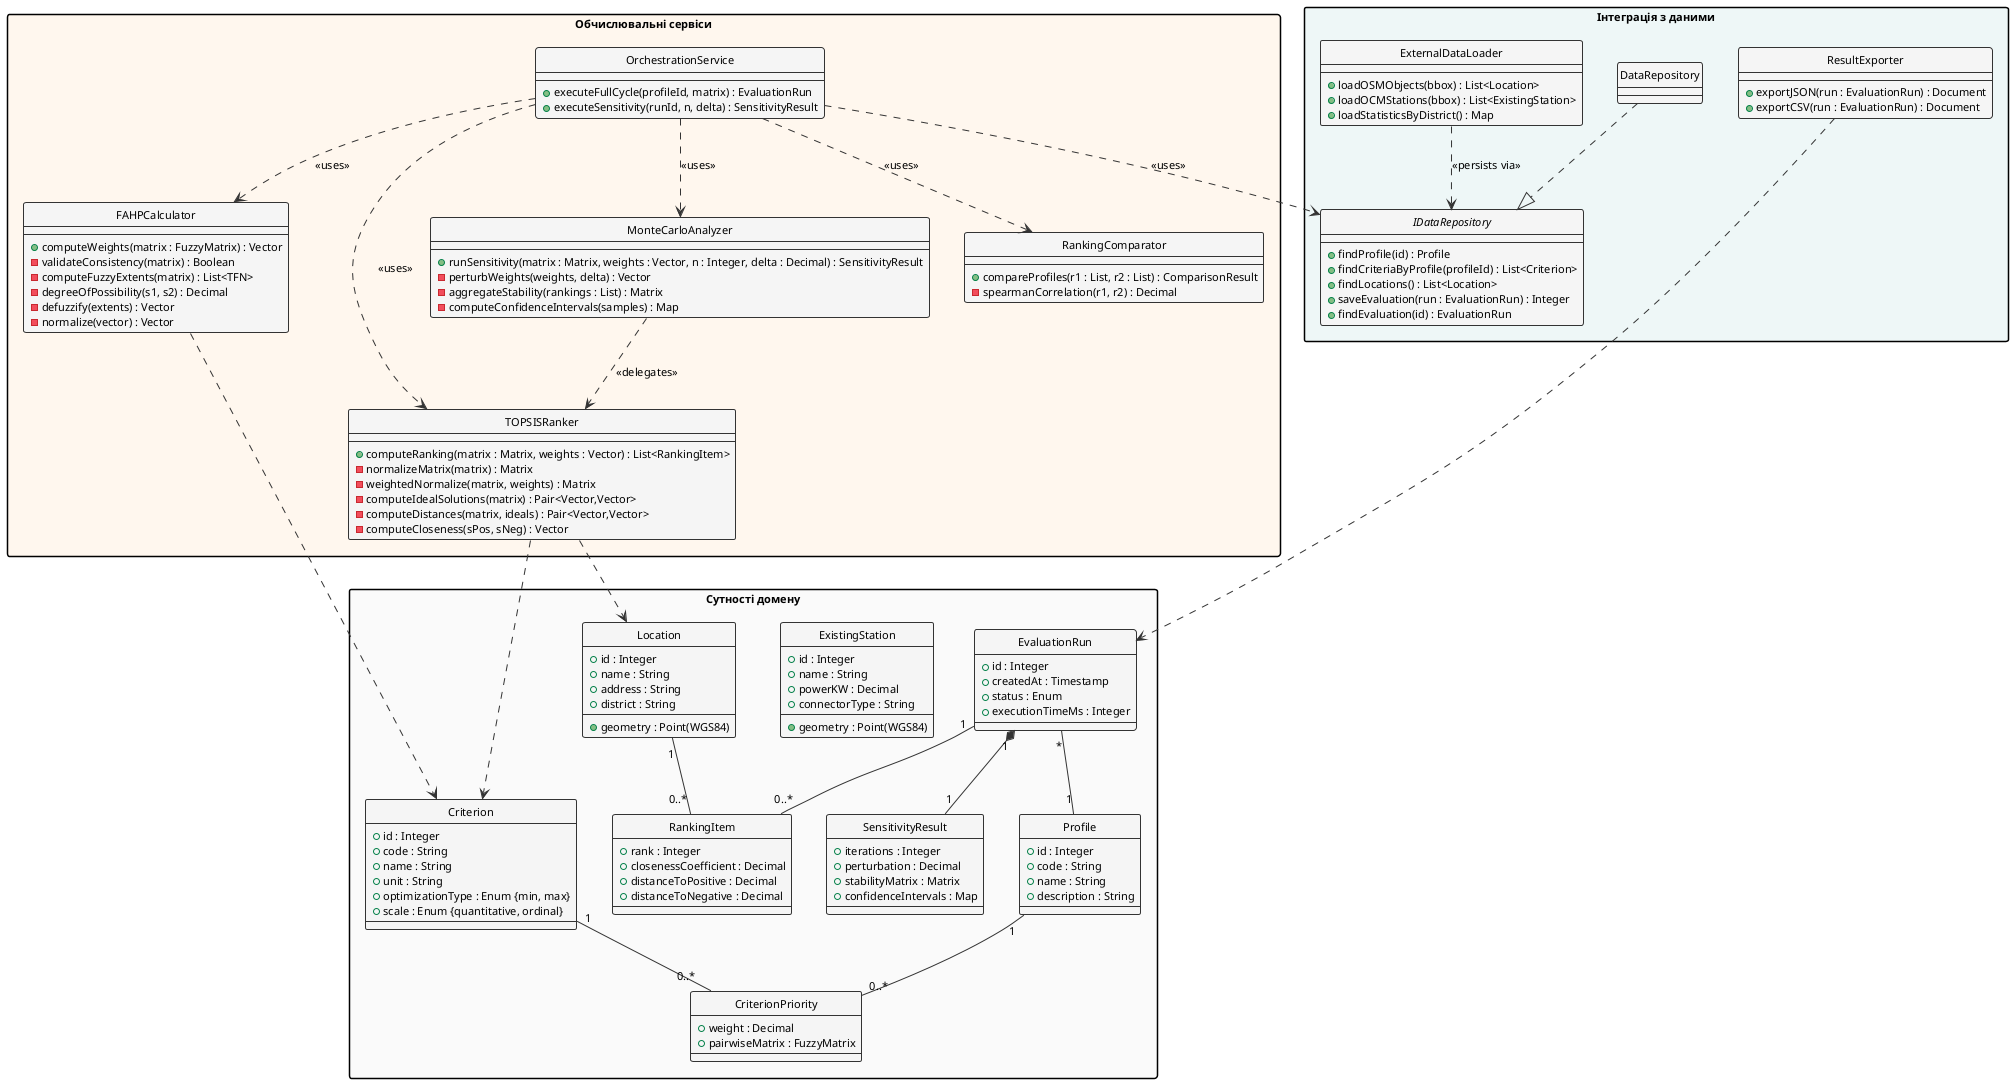
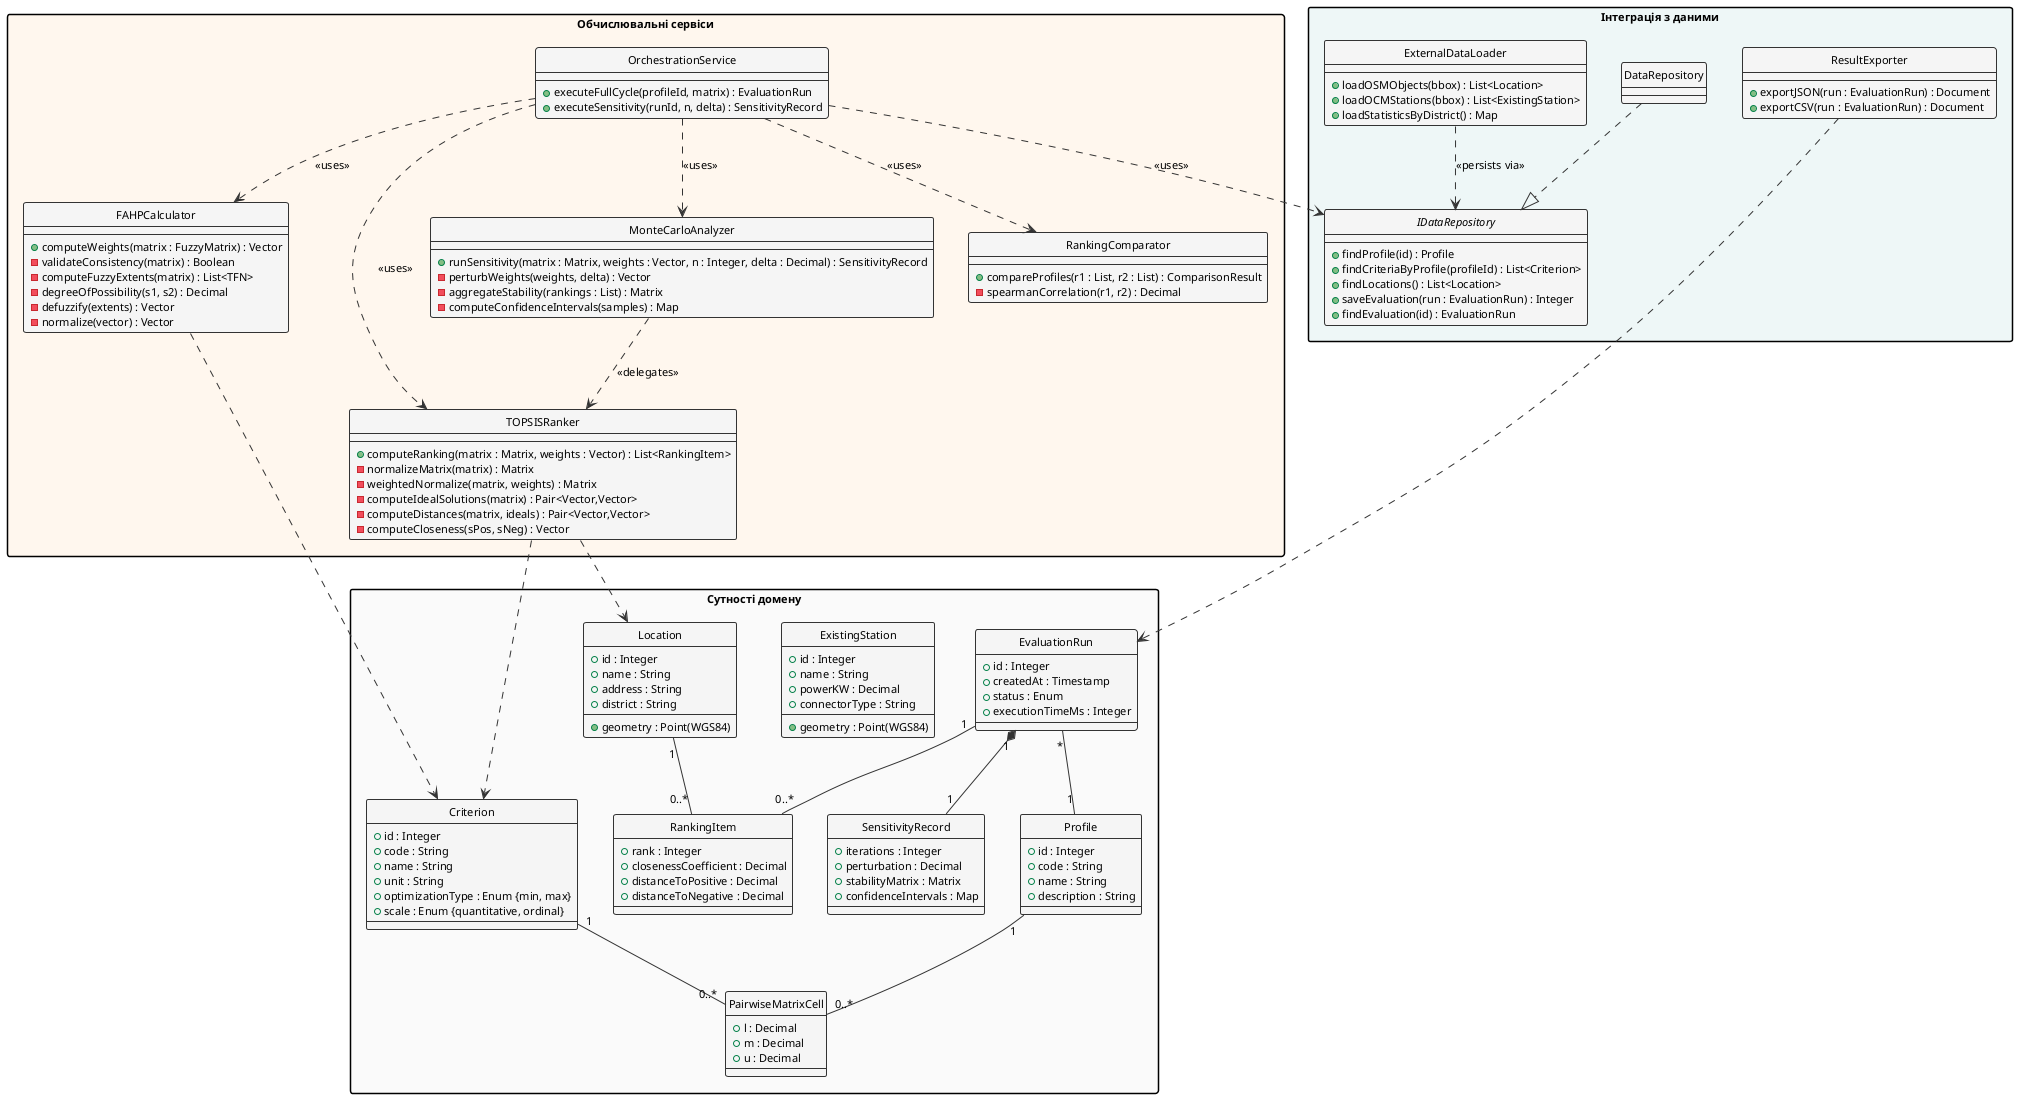
@startuml
' Рис. 2.3. Діаграма класів системи
skinparam shadowing false
skinparam defaultFontName "Times New Roman"
skinparam defaultFontSize 11
skinparam classFontSize 11
skinparam class {
    BackgroundColor #f5f5f5
    BorderColor #333333
    BorderThickness 1.0
    ArrowColor #333333
}
skinparam packageStyle rectangle
hide circle

package "Сутності домену" as DOM #fafafa {
    class Profile {
        + id : Integer
        + code : String
        + name : String
        + description : String
    }

    class Criterion {
        + id : Integer
        + code : String
        + name : String
        + unit : String
        + optimizationType : Enum {min, max}
        + scale : Enum {quantitative, ordinal}
    }

-     class CriterionPriority {
-         + weight : Decimal
-         + pairwiseMatrix : FuzzyMatrix
+     class PairwiseMatrixCell {
+         + l : Decimal
+         + m : Decimal
+         + u : Decimal
    }

    class Location {
        + id : Integer
        + name : String
        + address : String
        + district : String
        + geometry : Point(WGS84)
    }

    class ExistingStation {
        + id : Integer
        + name : String
        + powerKW : Decimal
        + connectorType : String
        + geometry : Point(WGS84)
    }

    class EvaluationRun {
        + id : Integer
        + createdAt : Timestamp
        + status : Enum
        + executionTimeMs : Integer
    }

    class RankingItem {
        + rank : Integer
        + closenessCoefficient : Decimal
        + distanceToPositive : Decimal
        + distanceToNegative : Decimal
    }

-     class SensitivityResult {
+     class SensitivityRecord {
        + iterations : Integer
        + perturbation : Decimal
        + stabilityMatrix : Matrix
        + confidenceIntervals : Map
    }
}

package "Обчислювальні сервіси" as SVC #fff7ee {
    class FAHPCalculator {
        + computeWeights(matrix : FuzzyMatrix) : Vector
        - validateConsistency(matrix) : Boolean
        - computeFuzzyExtents(matrix) : List<TFN>
        - degreeOfPossibility(s1, s2) : Decimal
        - defuzzify(extents) : Vector
        - normalize(vector) : Vector
    }

    class TOPSISRanker {
        + computeRanking(matrix : Matrix, weights : Vector) : List<RankingItem>
        - normalizeMatrix(matrix) : Matrix
        - weightedNormalize(matrix, weights) : Matrix
        - computeIdealSolutions(matrix) : Pair<Vector,Vector>
        - computeDistances(matrix, ideals) : Pair<Vector,Vector>
        - computeCloseness(sPos, sNeg) : Vector
    }

    class MonteCarloAnalyzer {
-         + runSensitivity(matrix : Matrix, weights : Vector, n : Integer, delta : Decimal) : SensitivityResult
+         + runSensitivity(matrix : Matrix, weights : Vector, n : Integer, delta : Decimal) : SensitivityRecord
        - perturbWeights(weights, delta) : Vector
        - aggregateStability(rankings : List) : Matrix
        - computeConfidenceIntervals(samples) : Map
    }

    class RankingComparator {
        + compareProfiles(r1 : List, r2 : List) : ComparisonResult
        - spearmanCorrelation(r1, r2) : Decimal
    }

    class OrchestrationService {
        + executeFullCycle(profileId, matrix) : EvaluationRun
-         + executeSensitivity(runId, n, delta) : SensitivityResult
+         + executeSensitivity(runId, n, delta) : SensitivityRecord
    }
}

package "Інтеграція з даними" as INT #eef7f7 {
    interface IDataRepository {
        + findProfile(id) : Profile
        + findCriteriaByProfile(profileId) : List<Criterion>
        + findLocations() : List<Location>
        + saveEvaluation(run : EvaluationRun) : Integer
        + findEvaluation(id) : EvaluationRun
    }

    class DataRepository {
    }

    class ExternalDataLoader {
        + loadOSMObjects(bbox) : List<Location>
        + loadOCMStations(bbox) : List<ExistingStation>
        + loadStatisticsByDistrict() : Map
    }

    class ResultExporter {
        + exportJSON(run : EvaluationRun) : Document
        + exportCSV(run : EvaluationRun) : Document
    }
}

- Profile "1" -- "0..*" CriterionPriority
- Criterion "1" -- "0..*" CriterionPriority
- EvaluationRun "1" *-- "1" SensitivityResult
+ Profile "1" -- "0..*" PairwiseMatrixCell
+ Criterion "1" -- "0..*" PairwiseMatrixCell
+ EvaluationRun "1" *-- "1" SensitivityRecord
EvaluationRun "1" -- "0..*" RankingItem
Location "1" -- "0..*" RankingItem
EvaluationRun "*" -- "1" Profile

OrchestrationService ..> FAHPCalculator : <<uses>>
OrchestrationService ..> TOPSISRanker : <<uses>>
OrchestrationService ..> MonteCarloAnalyzer : <<uses>>
OrchestrationService ..> RankingComparator : <<uses>>
OrchestrationService ..> IDataRepository : <<uses>>

MonteCarloAnalyzer ..> TOPSISRanker : <<delegates>>

DataRepository ..|> IDataRepository
ExternalDataLoader ..> IDataRepository : <<persists via>>

FAHPCalculator ..> Criterion
TOPSISRanker ..> Location
TOPSISRanker ..> Criterion
ResultExporter ..> EvaluationRun

@enduml
